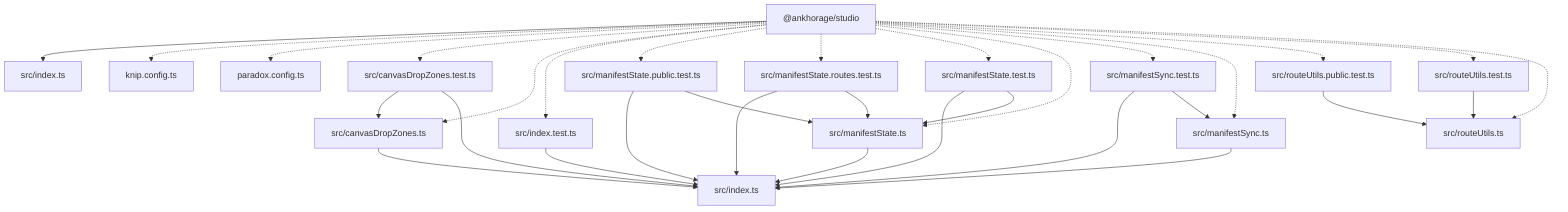
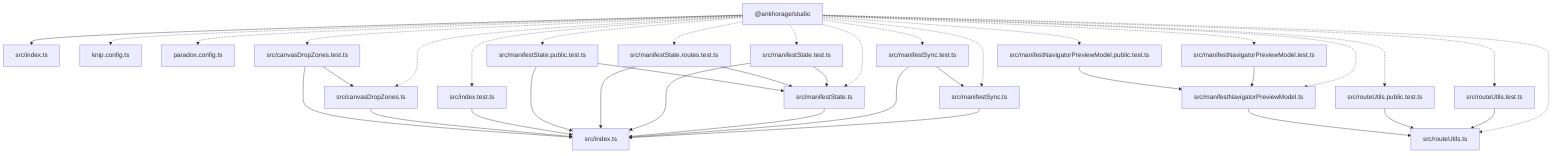
graph TD
  package__ankhorage_studio["@ankhorage/studio"]
  entrypoint_src_index_ts["src/index.ts"]
  package__ankhorage_studio --> entrypoint_src_index_ts
  module_knip_config_ts["knip.config.ts"]
  package__ankhorage_studio -.-> module_knip_config_ts
  module_paradox_config_ts["paradox.config.ts"]
  package__ankhorage_studio -.-> module_paradox_config_ts
  module_src_canvasDropZones_test_ts["src/canvasDropZones.test.ts"]
  package__ankhorage_studio -.-> module_src_canvasDropZones_test_ts
  module_src_canvasDropZones_test_ts --> module_src_canvasDropZones_ts
  module_src_canvasDropZones_test_ts --> module_src_index_ts
  module_src_canvasDropZones_ts["src/canvasDropZones.ts"]
  package__ankhorage_studio -.-> module_src_canvasDropZones_ts
  module_src_canvasDropZones_ts --> module_src_index_ts
  module_src_index_test_ts["src/index.test.ts"]
  package__ankhorage_studio -.-> module_src_index_test_ts
  module_src_index_test_ts --> module_src_index_ts
  module_src_index_ts["src/index.ts"]
+   module_src_manifestNavigatorPreviewModel_public_test_ts["src/manifestNavigatorPreviewModel.public.test.ts"]
+   package__ankhorage_studio -.-> module_src_manifestNavigatorPreviewModel_public_test_ts
+   module_src_manifestNavigatorPreviewModel_public_test_ts --> module_src_manifestNavigatorPreviewModel_ts
+   module_src_manifestNavigatorPreviewModel_test_ts["src/manifestNavigatorPreviewModel.test.ts"]
+   package__ankhorage_studio -.-> module_src_manifestNavigatorPreviewModel_test_ts
+   module_src_manifestNavigatorPreviewModel_test_ts --> module_src_manifestNavigatorPreviewModel_ts
+   module_src_manifestNavigatorPreviewModel_ts["src/manifestNavigatorPreviewModel.ts"]
+   package__ankhorage_studio -.-> module_src_manifestNavigatorPreviewModel_ts
+   module_src_manifestNavigatorPreviewModel_ts --> module_src_routeUtils_ts
  module_src_manifestState_public_test_ts["src/manifestState.public.test.ts"]
  package__ankhorage_studio -.-> module_src_manifestState_public_test_ts
  module_src_manifestState_public_test_ts --> module_src_index_ts
  module_src_manifestState_public_test_ts --> module_src_manifestState_ts
  module_src_manifestState_routes_test_ts["src/manifestState.routes.test.ts"]
  package__ankhorage_studio -.-> module_src_manifestState_routes_test_ts
  module_src_manifestState_routes_test_ts --> module_src_index_ts
  module_src_manifestState_routes_test_ts --> module_src_manifestState_ts
  module_src_manifestState_test_ts["src/manifestState.test.ts"]
  package__ankhorage_studio -.-> module_src_manifestState_test_ts
  module_src_manifestState_test_ts --> module_src_index_ts
  module_src_manifestState_test_ts --> module_src_manifestState_ts
  module_src_manifestState_ts["src/manifestState.ts"]
  package__ankhorage_studio -.-> module_src_manifestState_ts
  module_src_manifestState_ts --> module_src_index_ts
  module_src_manifestSync_test_ts["src/manifestSync.test.ts"]
  package__ankhorage_studio -.-> module_src_manifestSync_test_ts
  module_src_manifestSync_test_ts --> module_src_index_ts
  module_src_manifestSync_test_ts --> module_src_manifestSync_ts
  module_src_manifestSync_ts["src/manifestSync.ts"]
  package__ankhorage_studio -.-> module_src_manifestSync_ts
  module_src_manifestSync_ts --> module_src_index_ts
  module_src_routeUtils_public_test_ts["src/routeUtils.public.test.ts"]
  package__ankhorage_studio -.-> module_src_routeUtils_public_test_ts
  module_src_routeUtils_public_test_ts --> module_src_routeUtils_ts
  module_src_routeUtils_test_ts["src/routeUtils.test.ts"]
  package__ankhorage_studio -.-> module_src_routeUtils_test_ts
  module_src_routeUtils_test_ts --> module_src_routeUtils_ts
  module_src_routeUtils_ts["src/routeUtils.ts"]
  package__ankhorage_studio -.-> module_src_routeUtils_ts
